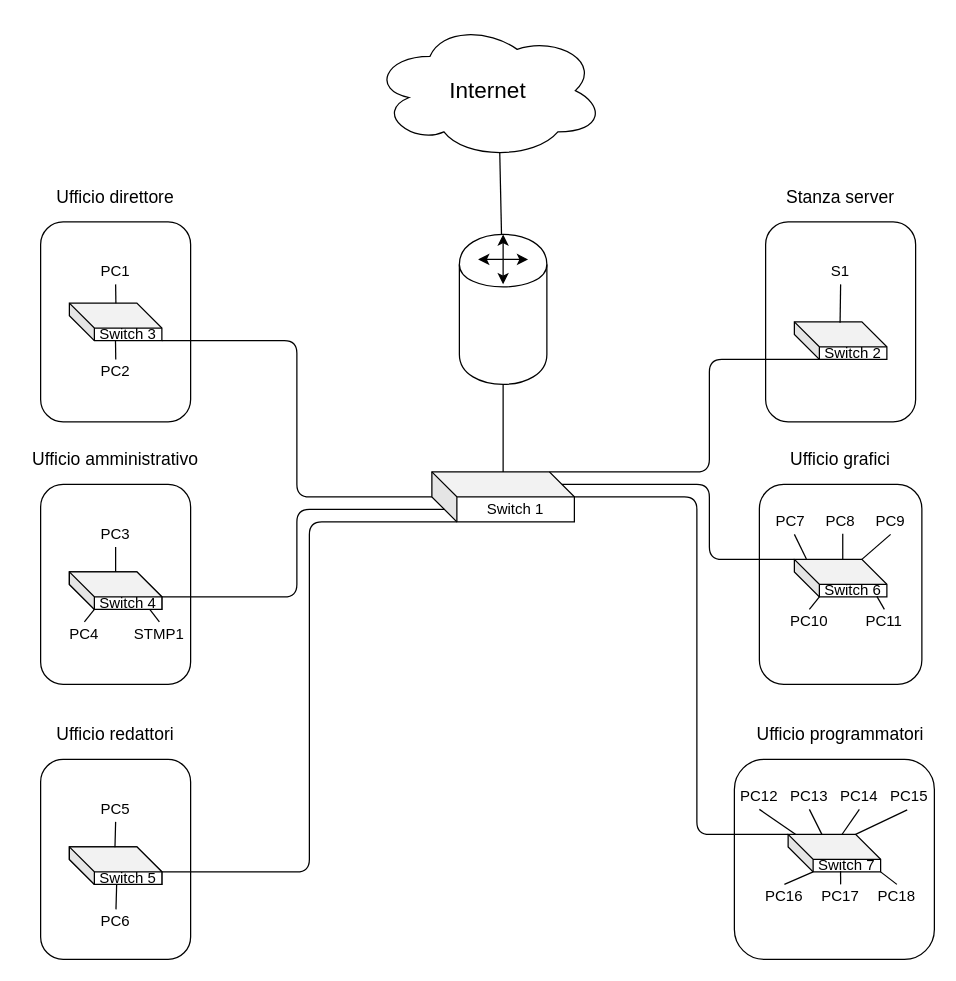
The draw.io diagram Sistemi/Appunti/case_study2.drawio in MilaniFrancesco7/Scuola, before the edit. Source tidied: cells renumbered, new cells numbered last; positions are measured from the earlier drawing's top-left corner, leaving out a move shared by most shapes. Both pictures are drawn from the tidied source at 125%, with x=0, y=0 at pixel (21, 21).
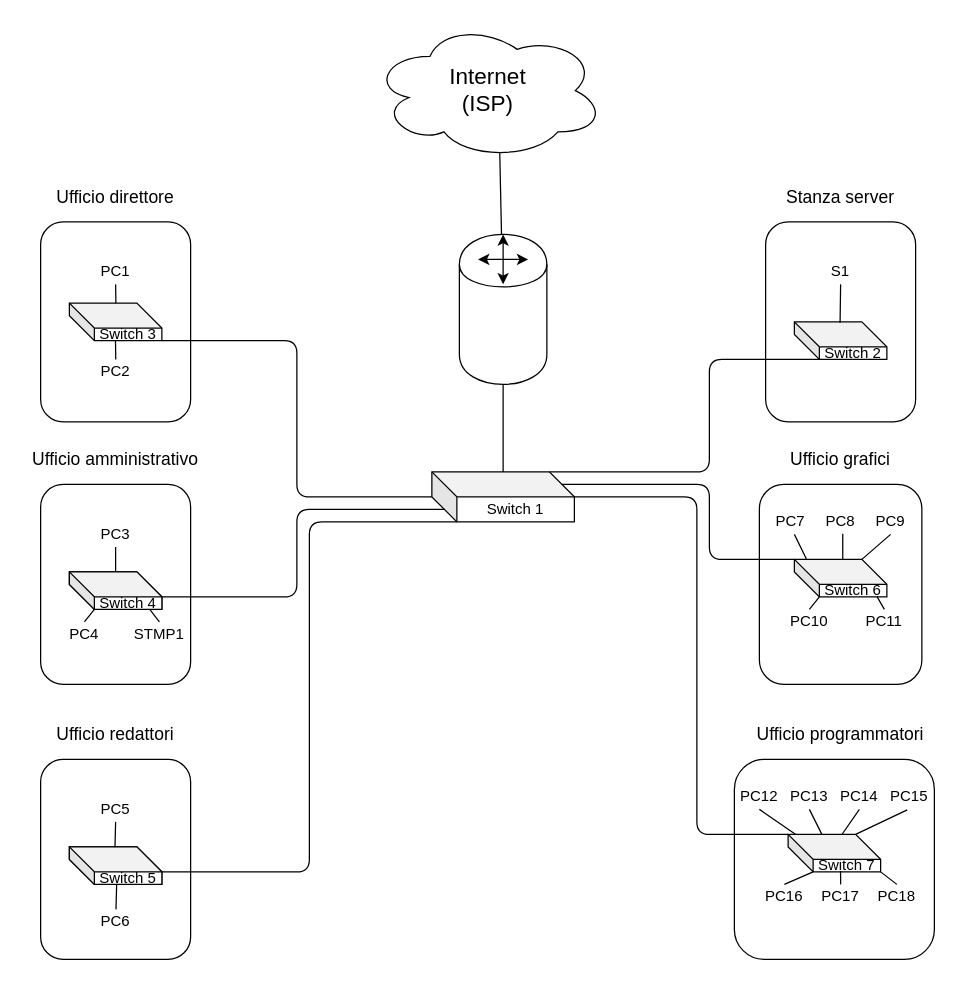
The same page after the edit.

Diff of the diagram source:
```diff
@@
-    <mxCell id="37" value="&lt;font style=&quot;font-size: 18px&quot;&gt;Internet&lt;/font&gt;" style="ellipse;shape=cloud;whiteSpace=wrap;html=1;" parent="1" vertex="1">
+    <mxCell id="37" value="&lt;font style=&quot;font-size: 18px&quot;&gt;Internet&lt;br&gt;(ISP)&lt;br&gt;&lt;/font&gt;" style="ellipse;shape=cloud;whiteSpace=wrap;html=1;" parent="1" vertex="1">
       <mxGeometry x="280" width="186" height="110" as="geometry" />
     </mxCell>
```
